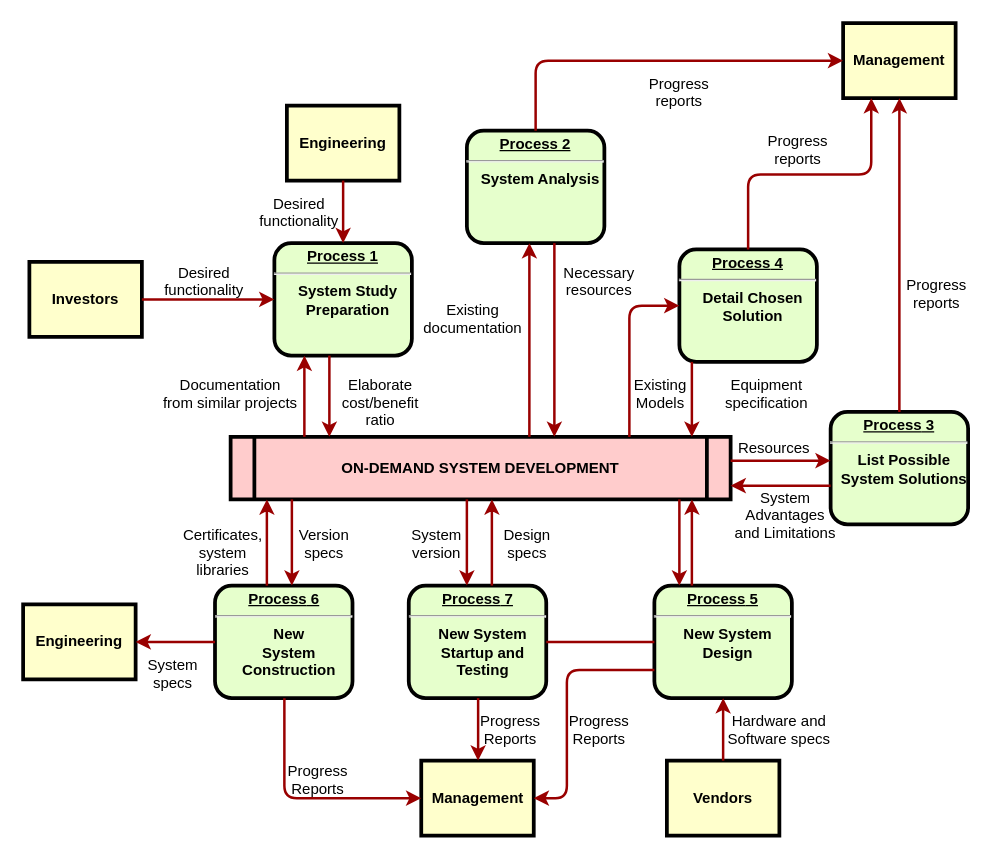
The draw.io diagram ResourceLoading.drawio in TheInfinityUser/PvZ2-Decoding, before the edit. Source tidied: cells renumbered, new cells numbered last; positions are measured from the earlier drawing's top-left corner, leaving out a move shared by most shapes. Both pictures are drawn from the tidied source at 125%, with x=0, y=0 at pixel (22, 22).
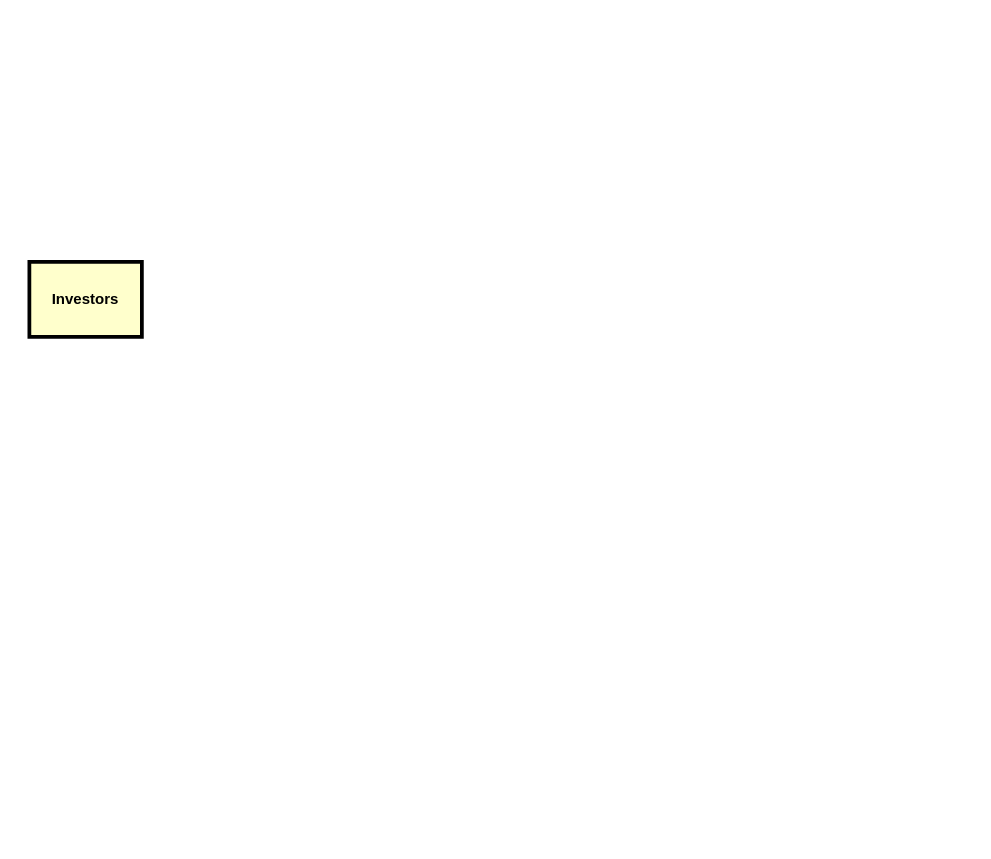
After the change.

The change refers to these unchanged cells:
```xml
<mxCell id="4" value="Investors" style="whiteSpace=wrap;align=center;verticalAlign=middle;fontStyle=1;strokeWidth=3;fillColor=#FFFFCC;" parent="1" vertex="1">
  <mxGeometry x="5" y="191" width="90" height="60" as="geometry" />
</mxCell>
```

Change to the diagram source:
```diff
@@
-    <mxCell id="2" value="&lt;p style=&quot;margin: 0px; margin-top: 4px; text-align: center; text-decoration: underline;&quot;&gt;&lt;strong&gt;Process 1&lt;br /&gt;&lt;/strong&gt;&lt;/p&gt;&lt;hr /&gt;&lt;p style=&quot;margin: 0px; margin-left: 8px;&quot;&gt;System Study&lt;/p&gt;&lt;p style=&quot;margin: 0px; margin-left: 8px;&quot;&gt;Preparation&lt;/p&gt;" style="verticalAlign=middle;align=center;overflow=fill;fontSize=12;fontFamily=Helvetica;html=1;rounded=1;fontStyle=1;strokeWidth=3;fillColor=#E6FFCC;" parent="1" vertex="1">
-      <mxGeometry x="201" y="176" width="110" height="90" as="geometry" />
-    </mxCell>
-    <mxCell id="3" value="Engineering" style="whiteSpace=wrap;align=center;verticalAlign=middle;fontStyle=1;strokeWidth=3;fillColor=#FFFFCC;" parent="1" vertex="1">
-      <mxGeometry x="211" y="66" width="90" height="60" as="geometry" />
-    </mxCell>
@@
-    <mxCell id="5" value="ON-DEMAND SYSTEM DEVELOPMENT" style="shape=process;whiteSpace=wrap;align=center;verticalAlign=middle;size=0.0475;fontStyle=1;strokeWidth=3;fillColor=#FFCCCC;" parent="1" vertex="1">
-      <mxGeometry x="166" y="331" width="400" height="50" as="geometry" />
-    </mxCell>
-    <mxCell id="6" value="&lt;p style=&quot;margin: 0px; margin-top: 4px; text-align: center; text-decoration: underline;&quot;&gt;&lt;strong&gt;Process 2&lt;br /&gt;&lt;/strong&gt;&lt;/p&gt;&lt;hr /&gt;&lt;p style=&quot;margin: 0px; margin-left: 8px;&quot;&gt;System Analysis&lt;/p&gt;" style="verticalAlign=middle;align=center;overflow=fill;fontSize=12;fontFamily=Helvetica;html=1;rounded=1;fontStyle=1;strokeWidth=3;fillColor=#E6FFCC;" parent="1" vertex="1">
-      <mxGeometry x="355" y="86" width="110" height="90" as="geometry" />
-    </mxCell>
-    <mxCell id="7" value="&lt;p style=&quot;margin: 0px; margin-top: 4px; text-align: center; text-decoration: underline;&quot;&gt;&lt;strong&gt;&lt;strong&gt;Process&lt;/strong&gt; 3&lt;br /&gt;&lt;/strong&gt;&lt;/p&gt;&lt;hr /&gt;&lt;p style=&quot;margin: 0px; margin-left: 8px;&quot;&gt;List Possible&lt;/p&gt;&lt;p style=&quot;margin: 0px; margin-left: 8px;&quot;&gt;System Solutions&lt;/p&gt;" style="verticalAlign=middle;align=center;overflow=fill;fontSize=12;fontFamily=Helvetica;html=1;rounded=1;fontStyle=1;strokeWidth=3;fillColor=#E6FFCC;" parent="1" vertex="1">
-      <mxGeometry x="646" y="311" width="110" height="90" as="geometry" />
-    </mxCell>
-    <mxCell id="8" value="&lt;p style=&quot;margin: 0px; margin-top: 4px; text-align: center; text-decoration: underline;&quot;&gt;&lt;strong&gt;&lt;strong&gt;Process&lt;/strong&gt; 4&lt;br /&gt;&lt;/strong&gt;&lt;/p&gt;&lt;hr /&gt;&lt;p style=&quot;margin: 0px; margin-left: 8px;&quot;&gt;Detail Chosen&lt;/p&gt;&lt;p style=&quot;margin: 0px; margin-left: 8px;&quot;&gt;Solution&lt;/p&gt;" style="verticalAlign=middle;align=center;overflow=fill;fontSize=12;fontFamily=Helvetica;html=1;rounded=1;fontStyle=1;strokeWidth=3;fillColor=#E6FFCC;" parent="1" vertex="1">
-      <mxGeometry x="525" y="181" width="110" height="90" as="geometry" />
-    </mxCell>
-    <mxCell id="9" value="&lt;p style=&quot;margin: 0px; margin-top: 4px; text-align: center; text-decoration: underline;&quot;&gt;&lt;strong&gt;&lt;strong&gt;Process&lt;/strong&gt; 5&lt;br /&gt;&lt;/strong&gt;&lt;/p&gt;&lt;hr /&gt;&lt;p style=&quot;margin: 0px; margin-left: 8px;&quot;&gt;New System&lt;/p&gt;&lt;p style=&quot;margin: 0px; margin-left: 8px;&quot;&gt;Design&lt;/p&gt;" style="verticalAlign=middle;align=center;overflow=fill;fontSize=12;fontFamily=Helvetica;html=1;rounded=1;fontStyle=1;strokeWidth=3;fillColor=#E6FFCC;" parent="1" vertex="1">
-      <mxGeometry x="505" y="450" width="110" height="90" as="geometry" />
-    </mxCell>
-    <mxCell id="10" value="&lt;p style=&quot;margin: 0px; margin-top: 4px; text-align: center; text-decoration: underline;&quot;&gt;&lt;strong&gt;&lt;strong&gt;Process&lt;/strong&gt; 6&lt;br /&gt;&lt;/strong&gt;&lt;/p&gt;&lt;hr /&gt;&lt;p style=&quot;margin: 0px; margin-left: 8px;&quot;&gt;New&lt;/p&gt;&lt;p style=&quot;margin: 0px; margin-left: 8px;&quot;&gt;System&lt;/p&gt;&lt;p style=&quot;margin: 0px; margin-left: 8px;&quot;&gt;Construction&lt;/p&gt;" style="verticalAlign=middle;align=center;overflow=fill;fontSize=12;fontFamily=Helvetica;html=1;rounded=1;fontStyle=1;strokeWidth=3;fillColor=#E6FFCC;" parent="1" vertex="1">
-      <mxGeometry x="153.5" y="450" width="110" height="90" as="geometry" />
-    </mxCell>
-    <mxCell id="11" value="Management" style="whiteSpace=wrap;align=center;verticalAlign=middle;fontStyle=1;strokeWidth=3;fillColor=#FFFFCC;" parent="1" vertex="1">
-      <mxGeometry x="656" width="90" height="60" as="geometry" />
-    </mxCell>
-    <mxCell id="12" value="Management" style="whiteSpace=wrap;align=center;verticalAlign=middle;fontStyle=1;strokeWidth=3;fillColor=#FFFFCC;" parent="1" vertex="1">
-      <mxGeometry x="318.5" y="590" width="90" height="60" as="geometry" />
-    </mxCell>
-    <mxCell id="13" value="Engineering" style="whiteSpace=wrap;align=center;verticalAlign=middle;fontStyle=1;strokeWidth=3;fillColor=#FFFFCC;" parent="1" vertex="1">
-      <mxGeometry y="465" width="90" height="60" as="geometry" />
-    </mxCell>
-    <mxCell id="14" value="Vendors" style="whiteSpace=wrap;align=center;verticalAlign=middle;fontStyle=1;strokeWidth=3;fillColor=#FFFFCC;" parent="1" vertex="1">
-      <mxGeometry x="515" y="590" width="90" height="60" as="geometry" />
-    </mxCell>
-    <mxCell id="15" style="edgeStyle=none;noEdgeStyle=1;strokeColor=#990000;strokeWidth=2;" parent="1" edge="1" source="3" target="2">
-      <mxGeometry relative="1" as="geometry" />
-    </mxCell>
-    <mxCell id="16" style="edgeStyle=none;noEdgeStyle=1;strokeColor=#990000;strokeWidth=2;" parent="1" edge="1" source="4" target="2">
-      <mxGeometry relative="1" as="geometry" />
-    </mxCell>
-    <mxCell id="17" value="&lt;p style=&quot;margin: 0px; margin-top: 4px; text-align: center; text-decoration: underline;&quot;&gt;&lt;strong&gt;&lt;strong&gt;Process&lt;/strong&gt; 7&lt;br /&gt;&lt;/strong&gt;&lt;/p&gt;&lt;hr /&gt;&lt;p style=&quot;margin: 0px; margin-left: 8px;&quot;&gt;New System&lt;/p&gt;&lt;p style=&quot;margin: 0px; margin-left: 8px;&quot;&gt;Startup and&lt;/p&gt;&lt;p style=&quot;margin: 0px; margin-left: 8px;&quot;&gt;Testing&lt;/p&gt;" style="verticalAlign=middle;align=center;overflow=fill;fontSize=12;fontFamily=Helvetica;html=1;rounded=1;fontStyle=1;strokeWidth=3;fillColor=#E6FFCC;" parent="1" vertex="1">
-      <mxGeometry x="308.5" y="450" width="110" height="90" as="geometry" />
-    </mxCell>
-    <mxCell id="18" style="endArrow=none;noEdgeStyle=1;strokeColor=#990000;strokeWidth=2;" parent="1" edge="1" source="9" target="17">
-      <mxGeometry relative="1" as="geometry" />
-    </mxCell>
-    <mxCell id="19" value="Desired &#10;functionality" style="text;spacingTop=-5;align=center;" parent="1" vertex="1">
-      <mxGeometry x="130" y="191" width="30" height="20" as="geometry" />
-    </mxCell>
-    <mxCell id="20" value="Desired &#10;functionality" style="text;spacingTop=-5;align=center;" parent="1" vertex="1">
-      <mxGeometry x="206" y="136" width="30" height="20" as="geometry" />
-    </mxCell>
-    <mxCell id="21" value="Documentation&#10;from similar projects" style="text;spacingTop=-5;align=center;" parent="1" vertex="1">
-      <mxGeometry x="151" y="281" width="30" height="20" as="geometry" />
-    </mxCell>
-    <mxCell id="22" style="edgeStyle=elbowEdgeStyle;elbow=horizontal;strokeColor=#990000;strokeWidth=2;" parent="1" edge="1" source="5" target="2">
-      <mxGeometry relative="1" as="geometry">
-        <Array as="points">
-          <mxPoint x="225" y="310" />
-        </Array>
-      </mxGeometry>
-    </mxCell>
-    <mxCell id="23" style="edgeStyle=elbowEdgeStyle;elbow=horizontal;strokeColor=#990000;strokeWidth=2;" parent="1" edge="1" source="2" target="5">
-      <mxGeometry relative="1" as="geometry">
-        <Array as="points">
-          <mxPoint x="245" y="300" />
-        </Array>
-      </mxGeometry>
-    </mxCell>
-    <mxCell id="24" value="Elaborate&#10;cost/benefit&#10;ratio" style="text;spacingTop=-5;align=center;" parent="1" vertex="1">
-      <mxGeometry x="271" y="281" width="30" height="20" as="geometry" />
-    </mxCell>
-    <mxCell id="25" style="edgeStyle=elbowEdgeStyle;elbow=horizontal;strokeColor=#990000;strokeWidth=2;" parent="1" edge="1" source="5" target="6">
-      <mxGeometry relative="1" as="geometry">
-        <Array as="points">
-          <mxPoint x="405" y="250" />
-        </Array>
-      </mxGeometry>
-    </mxCell>
-    <mxCell id="26" style="edgeStyle=elbowEdgeStyle;elbow=horizontal;strokeColor=#990000;strokeWidth=2;" parent="1" edge="1" source="6" target="5">
-      <mxGeometry relative="1" as="geometry">
-        <Array as="points">
-          <mxPoint x="425" y="260" />
-        </Array>
-      </mxGeometry>
-    </mxCell>
-    <mxCell id="27" value="Existing&#10;documentation" style="text;spacingTop=-5;align=center;" parent="1" vertex="1">
-      <mxGeometry x="345" y="221" width="30" height="20" as="geometry" />
-    </mxCell>
-    <mxCell id="28" value="Necessary&#10;resources" style="text;spacingTop=-5;align=center;" parent="1" vertex="1">
-      <mxGeometry x="446" y="191" width="30" height="20" as="geometry" />
-    </mxCell>
-    <mxCell id="29" value="Progress&#10;reports" style="text;spacingTop=-5;align=center;" parent="1" vertex="1">
-      <mxGeometry x="510" y="40" width="30" height="20" as="geometry" />
-    </mxCell>
-    <mxCell id="30" value="Progress&#10;reports" style="text;spacingTop=-5;align=center;" parent="1" vertex="1">
-      <mxGeometry x="605" y="86" width="30" height="20" as="geometry" />
-    </mxCell>
-    <mxCell id="31" value="Progress&#10;reports" style="text;spacingTop=-5;align=center;" parent="1" vertex="1">
-      <mxGeometry x="716" y="201" width="30" height="20" as="geometry" />
-    </mxCell>
-    <mxCell id="32" style="edgeStyle=elbowEdgeStyle;elbow=horizontal;strokeColor=#990000;strokeWidth=2;" parent="1" edge="1" source="6" target="11">
-      <mxGeometry relative="1" as="geometry">
-        <Array as="points">
-          <mxPoint x="410" y="80" />
-        </Array>
-      </mxGeometry>
-    </mxCell>
-    <mxCell id="33" style="edgeStyle=elbowEdgeStyle;elbow=vertical;entryX=0.25;entryY=1;strokeColor=#990000;strokeWidth=2;" parent="1" edge="1" source="8" target="11">
-      <mxGeometry relative="1" as="geometry" />
-    </mxCell>
-    <mxCell id="34" style="edgeStyle=elbowEdgeStyle;elbow=horizontal;strokeColor=#990000;strokeWidth=2;" parent="1" edge="1" source="7" target="11">
-      <mxGeometry relative="1" as="geometry" />
-    </mxCell>
-    <mxCell id="35" style="edgeStyle=elbowEdgeStyle;elbow=horizontal;strokeColor=#990000;strokeWidth=2;" parent="1" edge="1" source="8" target="5">
-      <mxGeometry relative="1" as="geometry">
-        <Array as="points">
-          <mxPoint x="535" y="300" />
-        </Array>
-      </mxGeometry>
-    </mxCell>
-    <mxCell id="36" style="edgeStyle=segmentEdgeStyle;strokeColor=#990000;strokeWidth=2;" parent="1" edge="1" source="5" target="8">
-      <mxGeometry relative="1" as="geometry">
-        <Array as="points">
-          <mxPoint x="485" y="226" />
-        </Array>
-      </mxGeometry>
-    </mxCell>
-    <mxCell id="37" value="Existing&#10;Models" style="text;spacingTop=-5;align=center;" parent="1" vertex="1">
-      <mxGeometry x="495" y="281" width="30" height="20" as="geometry" />
-    </mxCell>
-    <mxCell id="38" value="Equipment&#10;specification" style="text;spacingTop=-5;align=center;" parent="1" vertex="1">
-      <mxGeometry x="580" y="281" width="30" height="20" as="geometry" />
-    </mxCell>
-    <mxCell id="39" style="edgeStyle=elbowEdgeStyle;elbow=vertical;strokeColor=#990000;strokeWidth=2;" parent="1" edge="1" source="5" target="7">
-      <mxGeometry relative="1" as="geometry">
-        <Array as="points">
-          <mxPoint x="615" y="350" />
-        </Array>
-      </mxGeometry>
-    </mxCell>
-    <mxCell id="40" style="edgeStyle=elbowEdgeStyle;elbow=vertical;strokeColor=#990000;strokeWidth=2;" parent="1" edge="1" source="7" target="5">
-      <mxGeometry relative="1" as="geometry">
-        <Array as="points">
-          <mxPoint x="615" y="370" />
-        </Array>
-      </mxGeometry>
-    </mxCell>
-    <mxCell id="41" value="Resources" style="text;spacingTop=-5;align=center;" parent="1" vertex="1">
-      <mxGeometry x="586" y="331" width="30" height="20" as="geometry" />
-    </mxCell>
-    <mxCell id="42" value="System &#10;Advantages &#10;and Limitations" style="text;spacingTop=-5;align=center;" parent="1" vertex="1">
-      <mxGeometry x="595" y="371" width="30" height="20" as="geometry" />
-    </mxCell>
-    <mxCell id="43" style="edgeStyle=elbowEdgeStyle;elbow=horizontal;strokeColor=#990000;strokeWidth=2;" parent="1" edge="1" source="9" target="5">
-      <mxGeometry relative="1" as="geometry">
-        <Array as="points">
-          <mxPoint x="535" y="410" />
-        </Array>
-      </mxGeometry>
-    </mxCell>
-    <mxCell id="44" style="edgeStyle=elbowEdgeStyle;elbow=horizontal;strokeColor=#990000;strokeWidth=2;" parent="1" edge="1" source="5" target="9">
-      <mxGeometry relative="1" as="geometry">
-        <Array as="points">
-          <mxPoint x="525" y="420" />
-        </Array>
-      </mxGeometry>
-    </mxCell>
-    <mxCell id="45" style="edgeStyle=elbowEdgeStyle;elbow=horizontal;strokeColor=#990000;strokeWidth=2;" parent="1" edge="1" source="14" target="9">
-      <mxGeometry relative="1" as="geometry" />
-    </mxCell>
-    <mxCell id="46" value="Hardware and&#10;Software specs" style="text;spacingTop=-5;align=center;" parent="1" vertex="1">
-      <mxGeometry x="590" y="550" width="30" height="20" as="geometry" />
-    </mxCell>
-    <mxCell id="47" style="edgeStyle=elbowEdgeStyle;elbow=horizontal;exitX=0;exitY=0.75;strokeColor=#990000;strokeWidth=2;" parent="1" edge="1" source="9" target="12">
-      <mxGeometry relative="1" as="geometry">
-        <Array as="points">
-          <mxPoint x="435" y="570" />
-        </Array>
-      </mxGeometry>
-    </mxCell>
-    <mxCell id="48" value="Progress&#10;Reports" style="text;spacingTop=-5;align=center;" parent="1" vertex="1">
-      <mxGeometry x="446" y="550" width="30" height="20" as="geometry" />
-    </mxCell>
-    <mxCell id="49" style="edgeStyle=elbowEdgeStyle;elbow=horizontal;strokeColor=#990000;strokeWidth=2;" parent="1" edge="1" source="17" target="12">
-      <mxGeometry relative="1" as="geometry" />
-    </mxCell>
-    <mxCell id="50" value="Progress&#10;Reports" style="text;spacingTop=-5;align=center;" parent="1" vertex="1">
-      <mxGeometry x="375" y="550" width="30" height="20" as="geometry" />
-    </mxCell>
-    <mxCell id="51" style="edgeStyle=elbowEdgeStyle;elbow=horizontal;strokeColor=#990000;strokeWidth=2;" parent="1" edge="1" source="10" target="12">
-      <mxGeometry relative="1" as="geometry">
-        <Array as="points">
-          <mxPoint x="209" y="570" />
-        </Array>
-      </mxGeometry>
-    </mxCell>
-    <mxCell id="52" value="Progress&#10;Reports" style="text;spacingTop=-5;align=center;" parent="1" vertex="1">
-      <mxGeometry x="221" y="590" width="30" height="20" as="geometry" />
-    </mxCell>
-    <mxCell id="53" style="edgeStyle=elbowEdgeStyle;elbow=vertical;strokeColor=#990000;strokeWidth=2;" parent="1" edge="1" source="10" target="13">
-      <mxGeometry relative="1" as="geometry" />
-    </mxCell>
-    <mxCell id="54" style="edgeStyle=elbowEdgeStyle;elbow=horizontal;strokeColor=#990000;strokeWidth=2;" parent="1" edge="1" source="5" target="17">
-      <mxGeometry relative="1" as="geometry">
-        <Array as="points">
-          <mxPoint x="355" y="410" />
-        </Array>
-      </mxGeometry>
-    </mxCell>
-    <mxCell id="55" style="edgeStyle=elbowEdgeStyle;elbow=horizontal;strokeColor=#990000;strokeWidth=2;" parent="1" edge="1" source="17" target="5">
-      <mxGeometry relative="1" as="geometry">
-        <Array as="points">
-          <mxPoint x="375" y="410" />
-        </Array>
-      </mxGeometry>
-    </mxCell>
-    <mxCell id="56" value="Version&#10;specs" style="text;spacingTop=-5;align=center;" parent="1" vertex="1">
-      <mxGeometry x="226" y="401" width="30" height="20" as="geometry" />
-    </mxCell>
-    <mxCell id="57" value="Certificates,&#10;system&#10;libraries" style="text;spacingTop=-5;align=center;" parent="1" vertex="1">
-      <mxGeometry x="145" y="401" width="30" height="20" as="geometry" />
-    </mxCell>
-    <mxCell id="58" style="edgeStyle=elbowEdgeStyle;elbow=horizontal;strokeColor=#990000;strokeWidth=2;" parent="1" edge="1" source="5" target="10">
-      <mxGeometry relative="1" as="geometry">
-        <Array as="points">
-          <mxPoint x="215" y="410" />
-        </Array>
-      </mxGeometry>
-    </mxCell>
-    <mxCell id="59" style="edgeStyle=elbowEdgeStyle;elbow=horizontal;strokeColor=#990000;strokeWidth=2;" parent="1" edge="1" source="10" target="5">
-      <mxGeometry relative="1" as="geometry">
-        <Array as="points">
-          <mxPoint x="195" y="410" />
-        </Array>
-      </mxGeometry>
-    </mxCell>
-    <mxCell id="60" value="System&#10;specs" style="text;spacingTop=-5;align=center;" parent="1" vertex="1">
-      <mxGeometry x="105" y="505" width="30" height="20" as="geometry" />
-    </mxCell>
-    <mxCell id="61" value="Design&#10;specs" style="text;spacingTop=-5;align=center;" parent="1" vertex="1">
-      <mxGeometry x="388.5" y="401" width="30" height="20" as="geometry" />
-    </mxCell>
-    <mxCell id="62" value="System&#10;version" style="text;spacingTop=-5;align=center;" parent="1" vertex="1">
-      <mxGeometry x="316" y="401" width="30" height="20" as="geometry" />
-    </mxCell>
```
